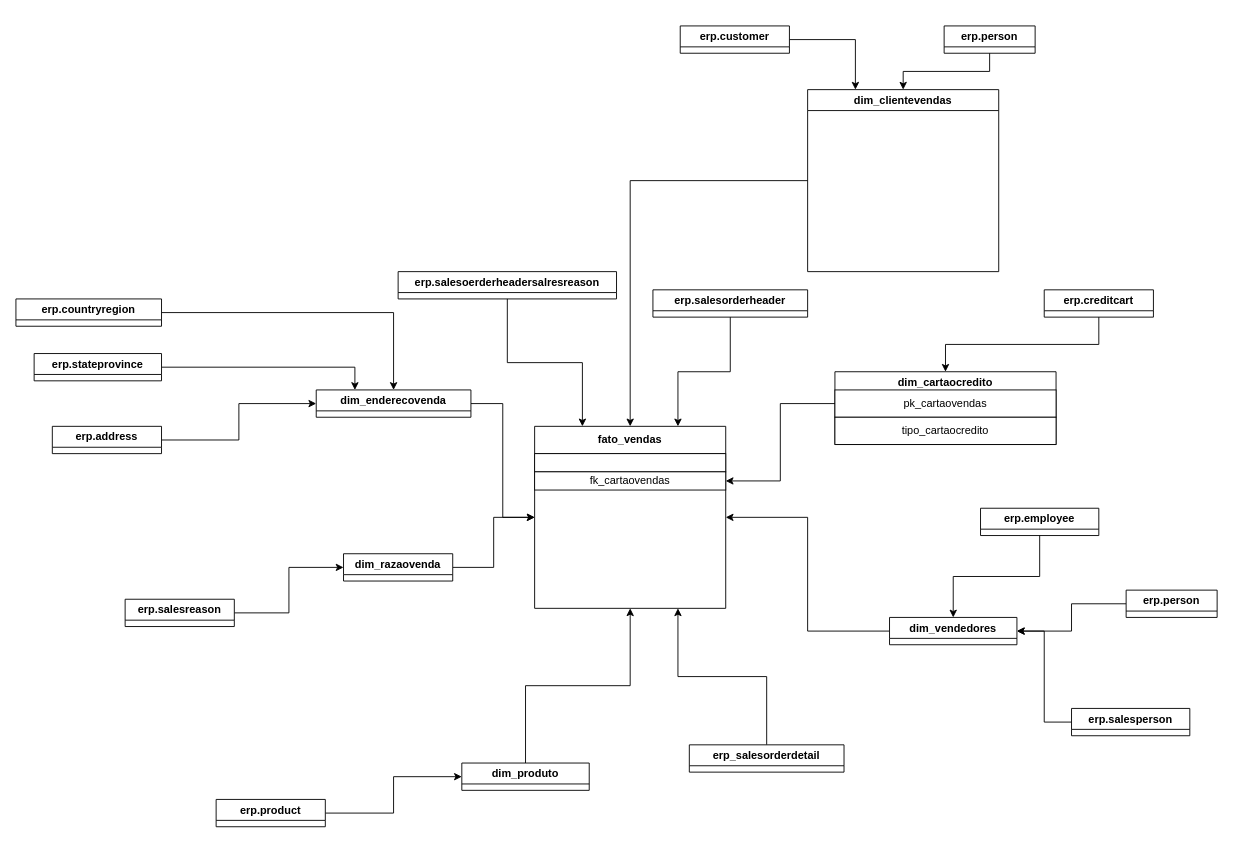
Before: Diagrama sem nome.drawio in fpiklerbr/academy-dbt, a draw.io diagram. Source tidied: cells renumbered, new cells numbered last; positions are measured from the earlier drawing's top-left corner, leaving out a move shared by most shapes. Both pictures are drawn from the tidied source at 91%, with x=0, y=0 at pixel (15, 25).
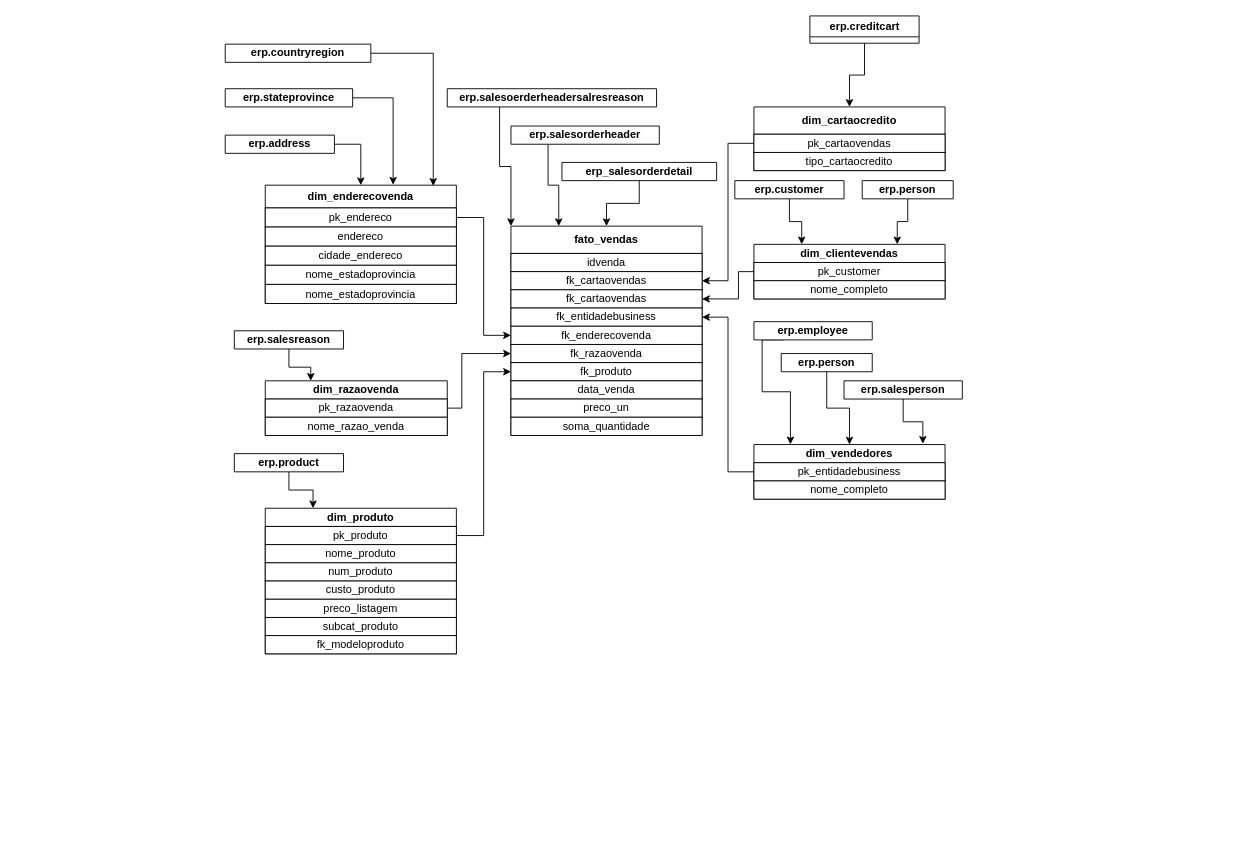
After the change.

Diff of the diagram source:
```diff
@@
     <mxCell id="3" value="erp.creditcart" style="swimlane;whiteSpace=wrap;html=1;" parent="1" vertex="1" collapsed="1">
-      <mxGeometry x="1130" y="290" width="120" height="30" as="geometry" />
+      <mxGeometry x="872.5" y="-11" width="120" height="30" as="geometry" />
     </mxCell>
-    <mxCell id="4" value="dim_cartaocredito" style="swimlane;whiteSpace=wrap;html=1;" parent="1" vertex="1">
-      <mxGeometry x="900" y="380" width="243" height="80" as="geometry" />
+    <mxCell id="4" value="dim_cartaocredito" style="swimlane;whiteSpace=wrap;html=1;startSize=30;" parent="1" vertex="1">
+      <mxGeometry x="811" y="89" width="210" height="70" as="geometry" />
     </mxCell>
     <mxCell id="5" value="pk_cartaovendas" style="whiteSpace=wrap;html=1;" parent="4" vertex="1">
-      <mxGeometry y="20" width="243" height="30" as="geometry" />
+      <mxGeometry y="30" width="210" height="20" as="geometry" />
     </mxCell>
     <mxCell id="6" value="tipo_cartaocredito" style="whiteSpace=wrap;html=1;" parent="4" vertex="1">
-      <mxGeometry y="50" width="243" height="30" as="geometry" />
+      <mxGeometry y="50" width="210" height="20" as="geometry" />
     </mxCell>
-    <mxCell id="7" style="edgeStyle=orthogonalEdgeStyle;rounded=0;jettySize=auto;html=1;entryX=0;entryY=0.5;entryDx=0;entryDy=0;" parent="1" edge="1" source="8" target="26">
+    <mxCell id="7" style="edgeStyle=orthogonalEdgeStyle;rounded=0;jettySize=auto;html=1;entryX=0.25;entryY=0;entryDx=0;entryDy=0;" parent="1" edge="1" source="8" target="26">
       <mxGeometry relative="1" as="geometry" />
     </mxCell>
     <mxCell id="8" value="erp.salesreason" style="swimlane;whiteSpace=wrap;html=1;" parent="1" vertex="1" collapsed="1">
-      <mxGeometry x="120" y="630" width="120" height="30" as="geometry" />
+      <mxGeometry x="240" y="335" width="120" height="20" as="geometry" />
     </mxCell>
-    <mxCell id="9" style="edgeStyle=orthogonalEdgeStyle;rounded=0;jettySize=auto;html=1;entryX=0.5;entryY=0;entryDx=0;entryDy=0;" parent="1" edge="1" source="10" target="12">
+    <mxCell id="9" style="edgeStyle=orthogonalEdgeStyle;rounded=0;jettySize=auto;html=1;entryX=0.75;entryY=0;entryDx=0;entryDy=0;" parent="1" edge="1" source="10" target="12">
       <mxGeometry relative="1" as="geometry" />
     </mxCell>
     <mxCell id="10" value="erp.person" style="swimlane;whiteSpace=wrap;html=1;" parent="1" vertex="1" collapsed="1">
-      <mxGeometry x="1020" width="100" height="30" as="geometry" />
+      <mxGeometry x="930" y="170" width="100" height="20" as="geometry" />
     </mxCell>
-    <mxCell id="11" style="edgeStyle=orthogonalEdgeStyle;rounded=0;jettySize=auto;html=1;entryX=0.5;entryY=0;entryDx=0;entryDy=0;" parent="1" edge="1" source="12" target="43">
-      <mxGeometry relative="1" as="geometry" />
-    </mxCell>
-    <mxCell id="12" value="dim_clientevendas" style="swimlane;whiteSpace=wrap;html=1;" parent="1" vertex="1">
-      <mxGeometry x="870" y="70" width="210" height="200" as="geometry" />
+    <mxCell id="12" value="dim_clientevendas" style="swimlane;whiteSpace=wrap;html=1;startSize=20;" parent="1" vertex="1">
+      <mxGeometry x="811" y="240" width="210" height="60" as="geometry" />
     </mxCell>
+    <mxCell id="47" value="pk_customer" style="whiteSpace=wrap;html=1;" parent="12" vertex="1">
+      <mxGeometry y="20" width="210" height="20" as="geometry" />
+    </mxCell>
+    <mxCell id="48" value="nome_completo" style="whiteSpace=wrap;html=1;" parent="12" vertex="1">
+      <mxGeometry y="40" width="210" height="20" as="geometry" />
+    </mxCell>
-    <mxCell id="13" style="edgeStyle=orthogonalEdgeStyle;rounded=0;jettySize=auto;html=1;entryX=0;entryY=0.5;entryDx=0;entryDy=0;" parent="1" edge="1" source="14" target="20">
+    <mxCell id="13" style="edgeStyle=orthogonalEdgeStyle;rounded=0;jettySize=auto;html=1;entryX=0.5;entryY=0;entryDx=0;entryDy=0;exitX=1;exitY=0.5;exitDx=0;exitDy=0;" parent="1" edge="1" source="14" target="20">
       <mxGeometry relative="1" as="geometry" />
     </mxCell>
     <mxCell id="14" value="erp.address" style="swimlane;whiteSpace=wrap;html=1;" parent="1" vertex="1" collapsed="1">
-      <mxGeometry x="40" y="440" width="120" height="30" as="geometry" />
+      <mxGeometry x="230" y="120" width="120" height="20" as="geometry" />
     </mxCell>
-    <mxCell id="15" style="edgeStyle=orthogonalEdgeStyle;rounded=0;jettySize=auto;html=1;entryX=0.25;entryY=0;entryDx=0;entryDy=0;" parent="1" edge="1" source="16" target="20">
+    <mxCell id="15" style="edgeStyle=orthogonalEdgeStyle;rounded=0;jettySize=auto;html=1;entryX=0.669;entryY=-0.004;entryDx=0;entryDy=0;entryPerimeter=0;exitX=1;exitY=0.5;exitDx=0;exitDy=0;" parent="1" edge="1" source="16" target="20">
       <mxGeometry relative="1" as="geometry" />
     </mxCell>
     <mxCell id="16" value="erp.stateprovince" style="swimlane;whiteSpace=wrap;html=1;startSize=23;" parent="1" vertex="1" collapsed="1">
-      <mxGeometry x="20" y="360" width="140" height="30" as="geometry" />
+      <mxGeometry x="230" y="69" width="140" height="20" as="geometry" />
     </mxCell>
-    <mxCell id="17" style="edgeStyle=orthogonalEdgeStyle;rounded=0;jettySize=auto;html=1;entryX=0.5;entryY=0;entryDx=0;entryDy=0;" parent="1" edge="1" source="18" target="20">
+    <mxCell id="17" style="edgeStyle=orthogonalEdgeStyle;rounded=0;jettySize=auto;html=1;entryX=0.879;entryY=0.006;entryDx=0;entryDy=0;exitX=1;exitY=0.5;exitDx=0;exitDy=0;entryPerimeter=0;" parent="1" edge="1" source="18" target="20">
       <mxGeometry relative="1" as="geometry" />
     </mxCell>
     <mxCell id="18" value="erp.countryregion" style="swimlane;whiteSpace=wrap;html=1;" parent="1" vertex="1" collapsed="1">
-      <mxGeometry y="300" width="160" height="30" as="geometry" />
+      <mxGeometry x="230" y="20" width="160" height="20" as="geometry" />
     </mxCell>
-    <mxCell id="19" style="edgeStyle=orthogonalEdgeStyle;rounded=0;jettySize=auto;html=1;entryX=0;entryY=0.5;entryDx=0;entryDy=0;" parent="1" edge="1" source="20" target="43">
+    <mxCell id="19" style="edgeStyle=orthogonalEdgeStyle;rounded=0;jettySize=auto;html=1;entryX=0;entryY=0.5;entryDx=0;entryDy=0;exitX=1;exitY=0.5;exitDx=0;exitDy=0;" parent="1" edge="1" source="49" target="68">
       <mxGeometry relative="1" as="geometry" />
     </mxCell>
-    <mxCell id="20" value="dim_enderecovenda" style="swimlane;whiteSpace=wrap;html=1;" parent="1" vertex="1" collapsed="1">
-      <mxGeometry x="330" y="400" width="170" height="30" as="geometry" />
+    <mxCell id="20" value="dim_enderecovenda" style="swimlane;whiteSpace=wrap;html=1;startSize=25;" parent="1" vertex="1">
+      <mxGeometry x="274" y="175" width="210" height="130" as="geometry" />
     </mxCell>
+    <mxCell id="49" value="pk_endereco" style="whiteSpace=wrap;html=1;" parent="20" vertex="1">
+      <mxGeometry y="25" width="210" height="21" as="geometry" />
+    </mxCell>
+    <mxCell id="50" value="endereco" style="whiteSpace=wrap;html=1;" parent="20" vertex="1">
+      <mxGeometry y="46" width="210" height="21" as="geometry" />
+    </mxCell>
+    <mxCell id="51" value="cidade_endereco" style="whiteSpace=wrap;html=1;" parent="20" vertex="1">
+      <mxGeometry y="67" width="210" height="21" as="geometry" />
+    </mxCell>
+    <mxCell id="52" value="nome_estadoprovincia" style="whiteSpace=wrap;html=1;" parent="20" vertex="1">
+      <mxGeometry y="88" width="210" height="21" as="geometry" />
+    </mxCell>
+    <mxCell id="53" value="nome_estadoprovincia" style="whiteSpace=wrap;html=1;" parent="20" vertex="1">
+      <mxGeometry y="109" width="210" height="21" as="geometry" />
+    </mxCell>
-    <mxCell id="21" style="edgeStyle=orthogonalEdgeStyle;rounded=0;jettySize=auto;html=1;entryX=0;entryY=0.5;entryDx=0;entryDy=0;" parent="1" edge="1" source="22" target="24">
+    <mxCell id="21" style="edgeStyle=orthogonalEdgeStyle;rounded=0;jettySize=auto;html=1;entryX=0.25;entryY=0;entryDx=0;entryDy=0;" parent="1" edge="1" source="22" target="24">
       <mxGeometry relative="1" as="geometry" />
     </mxCell>
     <mxCell id="22" value="erp.product" style="swimlane;whiteSpace=wrap;html=1;" parent="1" vertex="1" collapsed="1">
-      <mxGeometry x="220" y="850" width="120" height="30" as="geometry" />
+      <mxGeometry x="240" y="470" width="120" height="20" as="geometry" />
     </mxCell>
-    <mxCell id="23" style="edgeStyle=orthogonalEdgeStyle;rounded=0;jettySize=auto;html=1;entryX=0.5;entryY=1;entryDx=0;entryDy=0;" parent="1" edge="1" source="24" target="43">
-      <mxGeometry relative="1" as="geometry" />
-    </mxCell>
-    <mxCell id="24" value="dim_produto" style="swimlane;whiteSpace=wrap;html=1;startSize=23;" parent="1" vertex="1" collapsed="1">
-      <mxGeometry x="490" y="810" width="140" height="30" as="geometry" />
+    <mxCell id="24" value="dim_produto" style="swimlane;whiteSpace=wrap;html=1;startSize=20;" parent="1" vertex="1">
+      <mxGeometry x="274" y="530" width="210" height="160" as="geometry" />
     </mxCell>
-    <mxCell id="25" style="edgeStyle=orthogonalEdgeStyle;rounded=0;jettySize=auto;html=1;entryX=0;entryY=0.5;entryDx=0;entryDy=0;" parent="1" edge="1" source="26" target="43">
-      <mxGeometry relative="1" as="geometry" />
-    </mxCell>
+    <mxCell id="54" value="pk_produto" style="whiteSpace=wrap;html=1;" parent="24" vertex="1">
+      <mxGeometry y="20" width="210" height="20" as="geometry" />
+    </mxCell>
+    <mxCell id="55" value="nome_produto" style="whiteSpace=wrap;html=1;" parent="24" vertex="1">
+      <mxGeometry y="40" width="210" height="20" as="geometry" />
+    </mxCell>
+    <mxCell id="56" value="num_produto" style="whiteSpace=wrap;html=1;" parent="24" vertex="1">
+      <mxGeometry y="60" width="210" height="20" as="geometry" />
+    </mxCell>
+    <mxCell id="57" value="custo_produto" style="whiteSpace=wrap;html=1;" parent="24" vertex="1">
+      <mxGeometry y="80" width="210" height="20" as="geometry" />
+    </mxCell>
+    <mxCell id="58" value="preco_listagem" style="whiteSpace=wrap;html=1;" parent="24" vertex="1">
+      <mxGeometry y="100" width="210" height="20" as="geometry" />
+    </mxCell>
+    <mxCell id="59" value="subcat_produto" style="whiteSpace=wrap;html=1;" parent="24" vertex="1">
+      <mxGeometry y="120" width="210" height="20" as="geometry" />
+    </mxCell>
+    <mxCell id="60" value="fk_modeloproduto" style="whiteSpace=wrap;html=1;" parent="24" vertex="1">
+      <mxGeometry y="140" width="210" height="20" as="geometry" />
+    </mxCell>
+    <mxCell id="61" style="edgeStyle=orthogonalEdgeStyle;rounded=0;jettySize=auto;html=1;entryX=0;entryY=0.5;entryDx=0;entryDy=0;exitX=1;exitY=0.5;exitDx=0;exitDy=0;" parent="1" edge="1" source="62" target="69">
+      <mxGeometry relative="1" as="geometry">
+        <Array as="points">
+          <mxPoint x="490" y="420" />
+          <mxPoint x="490" y="360" />
+        </Array>
+      </mxGeometry>
+    </mxCell>
-    <mxCell id="26" value="dim_razaovenda" style="swimlane;whiteSpace=wrap;html=1;" parent="1" vertex="1" collapsed="1">
-      <mxGeometry x="360" y="580" width="120" height="30" as="geometry" />
+    <mxCell id="26" value="dim_razaovenda" style="swimlane;whiteSpace=wrap;html=1;startSize=20;" parent="1" vertex="1">
+      <mxGeometry x="274" y="390" width="200" height="60" as="geometry" />
     </mxCell>
+    <mxCell id="62" value="pk_razaovenda" style="whiteSpace=wrap;html=1;" parent="26" vertex="1">
+      <mxGeometry y="20" width="200" height="20" as="geometry" />
+    </mxCell>
+    <mxCell id="63" value="nome_razao_venda" style="whiteSpace=wrap;html=1;" parent="26" vertex="1">
+      <mxGeometry y="40" width="200" height="20" as="geometry" />
+    </mxCell>
@@
     <mxCell id="28" value="erp.customer" style="swimlane;whiteSpace=wrap;html=1;" parent="1" vertex="1" collapsed="1">
-      <mxGeometry x="730" width="120" height="30" as="geometry" />
+      <mxGeometry x="790" y="170" width="120" height="20" as="geometry" />
     </mxCell>
-    <mxCell id="29" style="edgeStyle=orthogonalEdgeStyle;rounded=0;jettySize=auto;html=1;entryX=1;entryY=0.5;entryDx=0;entryDy=0;" parent="1" edge="1" source="30" target="36">
+    <mxCell id="29" style="edgeStyle=orthogonalEdgeStyle;rounded=0;jettySize=auto;html=1;entryX=0.5;entryY=0;entryDx=0;entryDy=0;" parent="1" edge="1" source="30" target="36">
       <mxGeometry relative="1" as="geometry" />
     </mxCell>
     <mxCell id="30" value="erp.person" style="swimlane;whiteSpace=wrap;html=1;" parent="1" vertex="1" collapsed="1">
-      <mxGeometry x="1220" y="620" width="100" height="30" as="geometry" />
+      <mxGeometry x="841" y="360" width="100" height="20" as="geometry" />
     </mxCell>
-    <mxCell id="31" style="edgeStyle=orthogonalEdgeStyle;rounded=0;jettySize=auto;html=1;entryX=1;entryY=0.5;entryDx=0;entryDy=0;" parent="1" edge="1" source="32" target="36">
+    <mxCell id="31" style="edgeStyle=orthogonalEdgeStyle;rounded=0;jettySize=auto;html=1;entryX=0.884;entryY=-0.014;entryDx=0;entryDy=0;entryPerimeter=0;" parent="1" edge="1" source="32" target="36">
       <mxGeometry relative="1" as="geometry" />
     </mxCell>
     <mxCell id="32" value="erp.salesperson" style="swimlane;whiteSpace=wrap;html=1;" parent="1" vertex="1" collapsed="1">
-      <mxGeometry x="1160" y="750" width="130" height="30" as="geometry" />
+      <mxGeometry x="910" y="390" width="130" height="20" as="geometry" />
     </mxCell>
-    <mxCell id="33" style="edgeStyle=orthogonalEdgeStyle;rounded=0;jettySize=auto;html=1;entryX=0.5;entryY=0;entryDx=0;entryDy=0;" parent="1" edge="1" source="34" target="36">
-      <mxGeometry relative="1" as="geometry" />
+    <mxCell id="33" style="edgeStyle=orthogonalEdgeStyle;rounded=0;jettySize=auto;html=1;exitX=0.25;exitY=1;exitDx=0;exitDy=0;entryX=0.191;entryY=-0.003;entryDx=0;entryDy=0;entryPerimeter=0;" parent="1" edge="1" source="34" target="36">
+      <mxGeometry relative="1" as="geometry">
+        <Array as="points">
+          <mxPoint x="820" y="345" />
+          <mxPoint x="820" y="402" />
+          <mxPoint x="851" y="402" />
+        </Array>
+      </mxGeometry>
     </mxCell>
     <mxCell id="34" value="erp.employee" style="swimlane;whiteSpace=wrap;html=1;" parent="1" vertex="1" collapsed="1">
-      <mxGeometry x="1060" y="530" width="130" height="30" as="geometry" />
+      <mxGeometry x="811" y="325" width="130" height="20" as="geometry" />
     </mxCell>
-    <mxCell id="35" style="edgeStyle=orthogonalEdgeStyle;rounded=0;jettySize=auto;html=1;entryX=1;entryY=0.5;entryDx=0;entryDy=0;" parent="1" edge="1" source="36" target="43">
+    <mxCell id="35" style="edgeStyle=orthogonalEdgeStyle;rounded=0;jettySize=auto;html=1;exitX=0;exitY=0.5;exitDx=0;exitDy=0;entryX=1;entryY=0.5;entryDx=0;entryDy=0;" parent="1" edge="1" source="64" target="67">
       <mxGeometry relative="1" as="geometry" />
     </mxCell>
-    <mxCell id="36" value="dim_vendedores" style="swimlane;whiteSpace=wrap;html=1;startSize=23;" parent="1" vertex="1" collapsed="1">
-      <mxGeometry x="960" y="650" width="140" height="30" as="geometry" />
+    <mxCell id="36" value="dim_vendedores" style="swimlane;whiteSpace=wrap;html=1;startSize=20;" parent="1" vertex="1">
+      <mxGeometry x="811" y="460" width="210" height="60" as="geometry" />
     </mxCell>
+    <mxCell id="64" value="pk_entidadebusiness" style="whiteSpace=wrap;html=1;" parent="36" vertex="1">
+      <mxGeometry y="20" width="210" height="20" as="geometry" />
+    </mxCell>
+    <mxCell id="65" value="nome_completo" style="whiteSpace=wrap;html=1;" parent="36" vertex="1">
+      <mxGeometry y="40" width="210" height="20" as="geometry" />
+    </mxCell>
-    <mxCell id="37" style="edgeStyle=orthogonalEdgeStyle;rounded=0;jettySize=auto;html=1;entryX=0.75;entryY=0;entryDx=0;entryDy=0;" parent="1" edge="1" source="38" target="43">
+    <mxCell id="37" style="edgeStyle=orthogonalEdgeStyle;rounded=0;jettySize=auto;html=1;exitX=0.25;exitY=1;exitDx=0;exitDy=0;entryX=0.25;entryY=0;entryDx=0;entryDy=0;" parent="1" edge="1" source="38" target="43">
       <mxGeometry relative="1" as="geometry" />
     </mxCell>
     <mxCell id="38" value="erp.salesorderheader" style="swimlane;whiteSpace=wrap;html=1;" parent="1" vertex="1" collapsed="1">
-      <mxGeometry x="700" y="290" width="170" height="30" as="geometry" />
+      <mxGeometry x="544" y="110" width="163" height="20" as="geometry" />
     </mxCell>
-    <mxCell id="39" style="edgeStyle=orthogonalEdgeStyle;rounded=0;jettySize=auto;html=1;entryX=0.75;entryY=1;entryDx=0;entryDy=0;" parent="1" edge="1" source="40" target="43">
+    <mxCell id="39" style="edgeStyle=orthogonalEdgeStyle;rounded=0;jettySize=auto;html=1;entryX=0.5;entryY=0;entryDx=0;entryDy=0;" parent="1" edge="1" source="40" target="43">
       <mxGeometry relative="1" as="geometry" />
     </mxCell>
     <mxCell id="40" value="erp_salesorderdetail" style="swimlane;whiteSpace=wrap;html=1;" parent="1" vertex="1" collapsed="1">
-      <mxGeometry x="740" y="790" width="170" height="30" as="geometry" />
+      <mxGeometry x="600" y="150" width="170" height="20" as="geometry" />
     </mxCell>
-    <mxCell id="41" style="edgeStyle=orthogonalEdgeStyle;rounded=0;jettySize=auto;html=1;entryX=0.25;entryY=0;entryDx=0;entryDy=0;" parent="1" edge="1" source="42" target="43">
+    <mxCell id="41" style="edgeStyle=orthogonalEdgeStyle;rounded=0;jettySize=auto;html=1;exitX=0.25;exitY=1;exitDx=0;exitDy=0;entryX=0;entryY=0;entryDx=0;entryDy=0;" parent="1" edge="1" source="42" target="43">
       <mxGeometry relative="1" as="geometry" />
     </mxCell>
     <mxCell id="42" value="erp.salesoerderheadersalresreason" style="swimlane;whiteSpace=wrap;html=1;" parent="1" vertex="1" collapsed="1">
-      <mxGeometry x="420" y="270" width="240" height="30" as="geometry" />
+      <mxGeometry x="474" y="69" width="230" height="20" as="geometry" />
     </mxCell>
     <mxCell id="43" value="fato_vendas" style="swimlane;whiteSpace=wrap;html=1;startSize=30;" parent="1" vertex="1">
-      <mxGeometry x="570" y="440" width="210" height="200" as="geometry" />
+      <mxGeometry x="544" y="220" width="210" height="230" as="geometry" />
     </mxCell>
-    <mxCell id="44" style="whiteSpace=wrap;html=1;" parent="43" vertex="1">
+    <mxCell id="44" value="idvenda" style="whiteSpace=wrap;html=1;" parent="43" vertex="1">
       <mxGeometry y="30" width="210" height="20" as="geometry" />
     </mxCell>
@@
+    <mxCell id="66" value="fk_cartaovendas" style="whiteSpace=wrap;html=1;" parent="43" vertex="1">
+      <mxGeometry y="70" width="210" height="20" as="geometry" />
+    </mxCell>
+    <mxCell id="67" value="fk_entidadebusiness" style="whiteSpace=wrap;html=1;" parent="43" vertex="1">
+      <mxGeometry y="90" width="210" height="20" as="geometry" />
+    </mxCell>
+    <mxCell id="68" value="fk_enderecovenda" style="whiteSpace=wrap;html=1;" parent="43" vertex="1">
+      <mxGeometry y="110" width="210" height="20" as="geometry" />
+    </mxCell>
+    <mxCell id="69" value="fk_razaovenda" style="whiteSpace=wrap;html=1;" parent="43" vertex="1">
+      <mxGeometry y="130" width="210" height="20" as="geometry" />
+    </mxCell>
+    <mxCell id="70" value="fk_produto" style="whiteSpace=wrap;html=1;" parent="43" vertex="1">
+      <mxGeometry y="150" width="210" height="20" as="geometry" />
+    </mxCell>
+    <mxCell id="71" value="data_venda" style="whiteSpace=wrap;html=1;" parent="43" vertex="1">
+      <mxGeometry y="170" width="210" height="20" as="geometry" />
+    </mxCell>
+    <mxCell id="72" value="preco_un" style="whiteSpace=wrap;html=1;" parent="43" vertex="1">
+      <mxGeometry y="190" width="210" height="20" as="geometry" />
+    </mxCell>
+    <mxCell id="73" value="soma_quantidade" style="whiteSpace=wrap;html=1;" parent="43" vertex="1">
+      <mxGeometry y="210" width="210" height="20" as="geometry" />
+    </mxCell>
@@
+    <mxCell id="74" style="edgeStyle=orthogonalEdgeStyle;rounded=0;jettySize=auto;html=1;entryX=1;entryY=0.5;entryDx=0;entryDy=0;exitX=0;exitY=0.5;exitDx=0;exitDy=0;" parent="1" edge="1" source="12" target="66">
+      <mxGeometry relative="1" as="geometry">
+        <Array as="points">
+          <mxPoint x="794" y="270" />
+          <mxPoint x="794" y="300" />
+        </Array>
+      </mxGeometry>
+    </mxCell>
+    <mxCell id="75" style="edgeStyle=orthogonalEdgeStyle;rounded=0;jettySize=auto;html=1;entryX=0;entryY=0.5;entryDx=0;entryDy=0;" parent="1" edge="1" source="54" target="70">
+      <mxGeometry relative="1" as="geometry" />
+    </mxCell>
```
